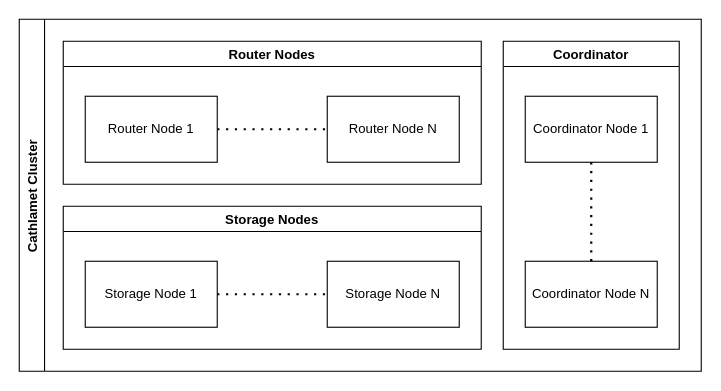
Above: docs/diagrams/Cathlamet.drawio in hmwill/cathlamet (draw.io), before the change. Source tidied: cells renumbered, new cells numbered last; positions are measured from the earlier drawing's top-left corner, leaving out a move shared by most shapes. Both pictures are drawn from the tidied source at 110%, with x=0, y=0 at pixel (19, 19).
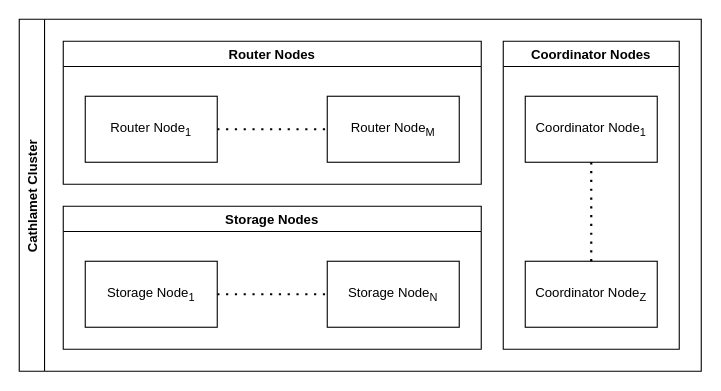
After the change.

Commit message (it also covers changes not shown here):
Updated subscripts in diagram

Change to the diagram source:
```diff
@@
 <mxGraphModel>
   <root>
     <mxCell id="0" />
     <mxCell id="1" parent="0" />
     <mxCell id="2" value="Storage Nodes" style="swimlane;" parent="1" vertex="1">
       <mxGeometry x="40" y="170" width="380" height="130" as="geometry" />
     </mxCell>
-    <mxCell id="3" value="Storage Node 1" style="rounded=0;whiteSpace=wrap;html=1;" parent="2" vertex="1">
+    <mxCell id="3" value="Storage Node&lt;sub&gt;1&lt;/sub&gt;" style="rounded=0;whiteSpace=wrap;html=1;" parent="2" vertex="1">
       <mxGeometry x="20" y="50" width="120" height="60" as="geometry" />
     </mxCell>
-    <mxCell id="4" value="Storage Node N" style="rounded=0;whiteSpace=wrap;html=1;" parent="2" vertex="1">
+    <mxCell id="4" value="Storage Node&lt;sub&gt;N&lt;/sub&gt;" style="rounded=0;whiteSpace=wrap;html=1;" parent="2" vertex="1">
       <mxGeometry x="240" y="50" width="120" height="60" as="geometry" />
     </mxCell>
     <mxCell id="5" style="endArrow=none;dashed=1;html=1;dashPattern=1 3;strokeWidth=2;rounded=0;exitX=1;exitY=0.5;exitDx=0;exitDy=0;entryX=0;entryY=0.5;entryDx=0;entryDy=0;" parent="2" edge="1" source="3" target="4">
       <mxGeometry relative="1" as="geometry" />
     </mxCell>
     <mxCell id="6" value="Router Nodes" style="swimlane;" parent="1" vertex="1">
       <mxGeometry x="40" y="20" width="380" height="130" as="geometry" />
     </mxCell>
-    <mxCell id="7" value="Router Node 1" style="rounded=0;whiteSpace=wrap;html=1;" parent="6" vertex="1">
+    <mxCell id="7" value="Router Node&lt;sub&gt;1&lt;/sub&gt;" style="rounded=0;whiteSpace=wrap;html=1;" parent="6" vertex="1">
       <mxGeometry x="20" y="50" width="120" height="60" as="geometry" />
     </mxCell>
-    <mxCell id="8" value="Router Node N" style="rounded=0;whiteSpace=wrap;html=1;" parent="6" vertex="1">
+    <mxCell id="8" value="Router Node&lt;sub&gt;M&lt;/sub&gt;" style="rounded=0;whiteSpace=wrap;html=1;" parent="6" vertex="1">
       <mxGeometry x="240" y="50" width="120" height="60" as="geometry" />
     </mxCell>
     <mxCell id="9" style="endArrow=none;dashed=1;html=1;dashPattern=1 3;strokeWidth=2;rounded=0;exitX=1;exitY=0.5;exitDx=0;exitDy=0;entryX=0;entryY=0.5;entryDx=0;entryDy=0;" parent="6" edge="1" source="7" target="8">
       <mxGeometry relative="1" as="geometry" />
     </mxCell>
-    <mxCell id="10" value="Coordinator" style="swimlane;" parent="1" vertex="1">
+    <mxCell id="10" value="Coordinator Nodes" style="swimlane;" parent="1" vertex="1">
       <mxGeometry x="440" y="20" width="160" height="280" as="geometry" />
     </mxCell>
-    <mxCell id="11" value="Coordinator Node 1" style="rounded=0;whiteSpace=wrap;html=1;" parent="10" vertex="1">
+    <mxCell id="11" value="Coordinator Node&lt;sub&gt;1&lt;/sub&gt;" style="rounded=0;whiteSpace=wrap;html=1;" parent="10" vertex="1">
       <mxGeometry x="20" y="50" width="120" height="60" as="geometry" />
     </mxCell>
-    <mxCell id="12" value="Coordinator Node N" style="rounded=0;whiteSpace=wrap;html=1;" parent="10" vertex="1">
+    <mxCell id="12" value="Coordinator Node&lt;sub&gt;Z&lt;/sub&gt;" style="rounded=0;whiteSpace=wrap;html=1;" parent="10" vertex="1">
       <mxGeometry x="20" y="200" width="120" height="60" as="geometry" />
     </mxCell>
     <mxCell id="13" style="endArrow=none;dashed=1;html=1;dashPattern=1 3;strokeWidth=2;rounded=0;exitX=0.5;exitY=1;exitDx=0;exitDy=0;entryX=0.5;entryY=0;entryDx=0;entryDy=0;" parent="10" edge="1" source="11" target="12">
       <mxGeometry relative="1" as="geometry" />
     </mxCell>
     <mxCell id="14" value="Cathlamet Cluster" style="swimlane;horizontal=0;" parent="1" vertex="1">
       <mxGeometry width="620" height="320" as="geometry" />
     </mxCell>
   </root>
 </mxGraphModel>
```
